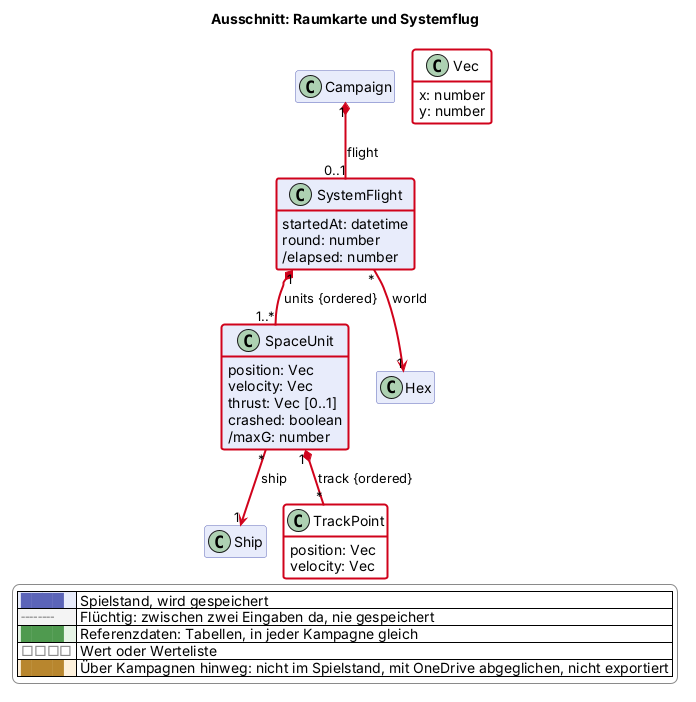
The PlantUML diagram docs/views/raum.png in scuzzar/SRE, before a commit.
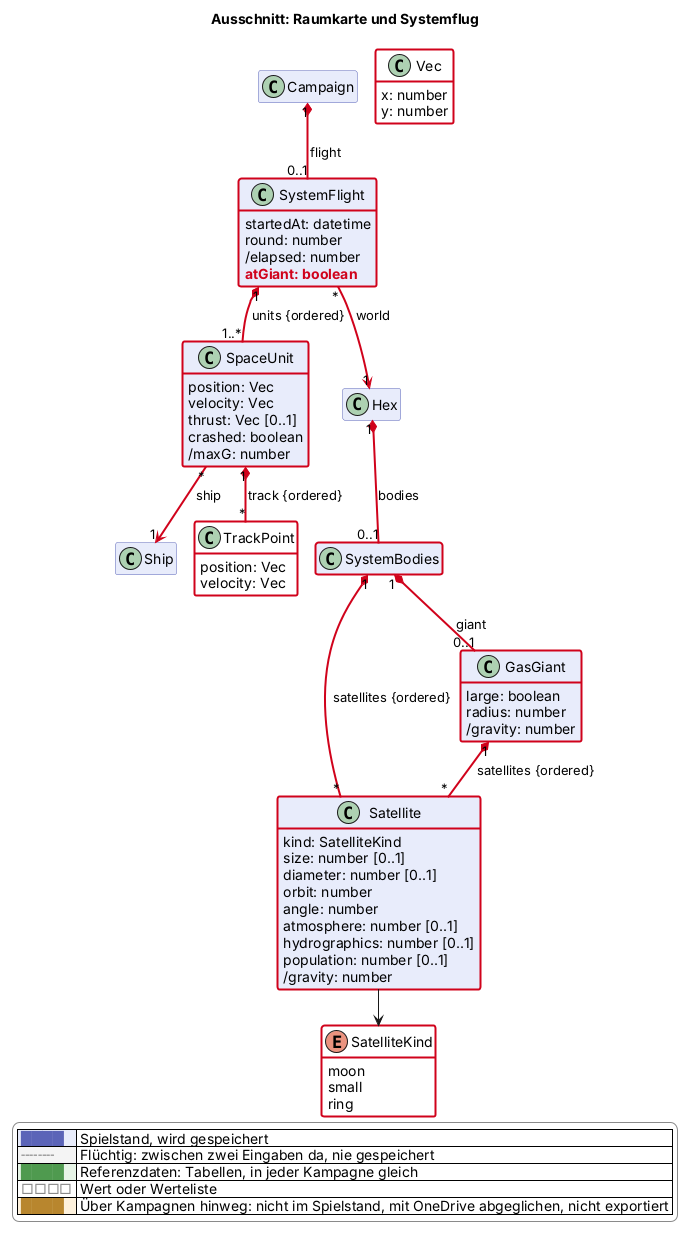
Later version of the same file.

Change to the diagram source:
```diff
@@ -77,6 +77,30 @@
     startedAt: datetime
     round: number
     /elapsed: number
+    $new("2026-11-18b", "atGiant: boolean")
+  }
+  class SystemBodies $raum $newClass("2026-11-18b") {
+  }
+  class Satellite $raum $newClass("2026-11-18b") {
+    kind: SatelliteKind
+    size: number [0..1]
+    diameter: number [0..1]
+    orbit: number
+    angle: number
+    atmosphere: number [0..1]
+    hydrographics: number [0..1]
+    population: number [0..1]
+    /gravity: number
+  }
+  enum SatelliteKind <<value>> $raum $newClass("2026-11-18b") {
+    moon
+    small
+    ring
+  }
+  class GasGiant $raum $newClass("2026-11-18b") {
+    large: boolean
+    radius: number
+    /gravity: number
   }
   class SpaceUnit $raum $newClass("2026-11-18") {
     position: Vec
@@ -108,6 +132,11 @@
 SystemFlight "1" *-$newArrow("2026-11-18")- "1..*" SpaceUnit : units {ordered}
 SpaceUnit "*" -$newArrow("2026-11-18")-> "1" Ship : ship
 SpaceUnit "1" *-$newArrow("2026-11-18")- "*" TrackPoint : track {ordered}
+Hex "1" *-$newArrow("2026-11-18b")- "0..1" SystemBodies : bodies
+SystemBodies "1" *-$newArrow("2026-11-18b")- "*" Satellite : satellites {ordered}
+SystemBodies "1" *-$newArrow("2026-11-18b")- "0..1" GasGiant : giant
+GasGiant "1" *-$newArrow("2026-11-18b")- "*" Satellite : satellites {ordered}
+Satellite --> SatelliteKind
 
 
 
@@ -128,4 +157,5 @@
   |<#ffffff> <color:#8a8a8a>□□□□</color> | Wert oder Werteliste |
   |<#fdf1dc> <color:#b8862e>████</color> | Über Kampagnen hinweg: nicht im Spielstand, mit OneDrive abgeglichen, nicht exportiert |
 endlegend
+class SystemFlight #line:d0021b;line.bold
 @enduml
```
